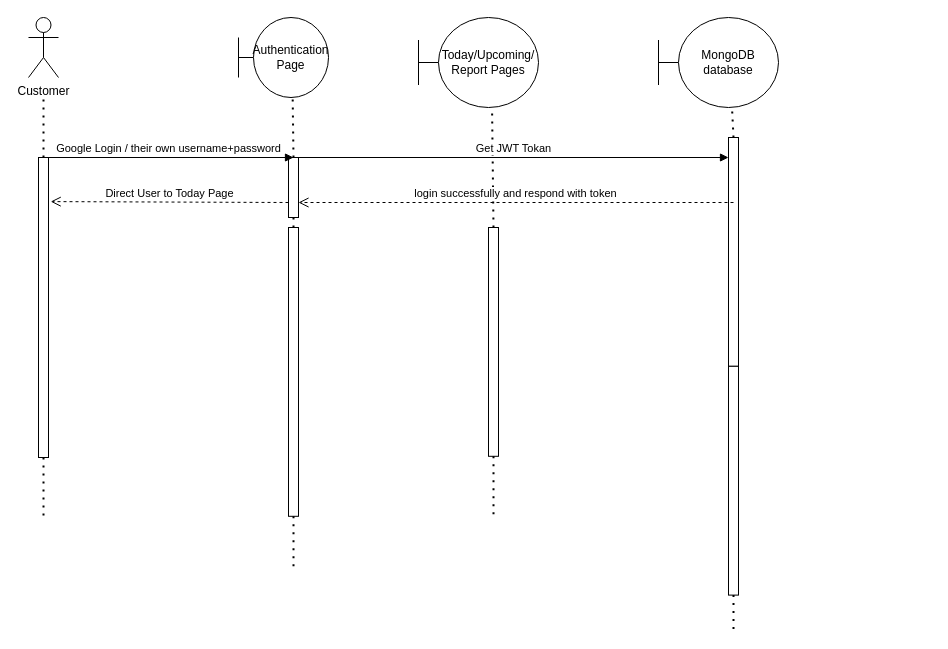
Above: images/Dynamic Model Diagram.drawio in ViNguyen3747/Voice-Powered-Self-Productivity (draw.io), before the change. Source tidied: cells renumbered, new cells numbered last; positions are measured from the earlier drawing's top-left corner, leaving out a move shared by most shapes. Both pictures are drawn from the tidied source at 100%, with x=0, y=0 at pixel (28, 17).
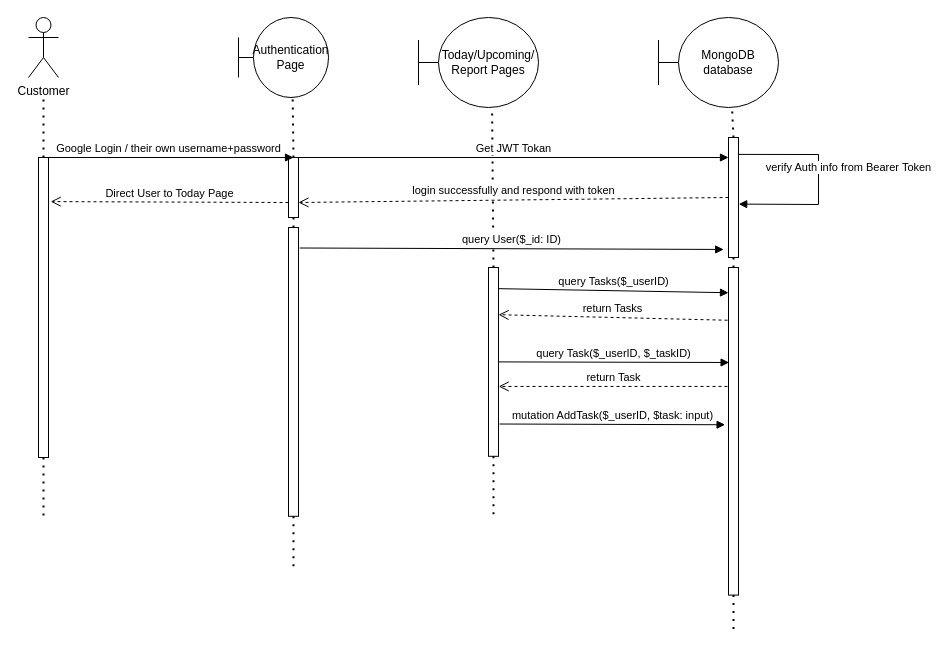
After the change.

Unchanged cells that the change refers to:
```xml
<mxCell id="7" style="rounded=0;whiteSpace=wrap;html=1;" parent="1" vertex="1">
  <mxGeometry x="260" y="140" width="10" height="60" as="geometry" />
</mxCell>
<mxCell id="24" style="rounded=0;whiteSpace=wrap;html=1;" parent="1" vertex="1">
  <mxGeometry x="260" y="210" width="10" height="288.8" as="geometry" />
</mxCell>
```

Change to the diagram source:
```diff
@@
     <mxCell id="12" style="rounded=0;whiteSpace=wrap;html=1;" parent="1" vertex="1">
-      <mxGeometry x="460" y="210" width="10" height="228.8" as="geometry" />
+      <mxGeometry x="460" y="250" width="10" height="188.8" as="geometry" />
     </mxCell>
@@
     <mxCell id="16" style="rounded=0;whiteSpace=wrap;html=1;" parent="1" vertex="1">
-      <mxGeometry x="700" y="120" width="10" height="228.8" as="geometry" />
+      <mxGeometry x="700" y="120" width="10" height="120" as="geometry" />
     </mxCell>
@@
     <mxCell id="19" style="rounded=0;whiteSpace=wrap;html=1;" parent="1" vertex="1">
-      <mxGeometry x="700" y="348.8" width="10" height="228.8" as="geometry" />
+      <mxGeometry x="700" y="250" width="10" height="327.6" as="geometry" />
     </mxCell>
@@
-    <mxCell id="23" value="login successfully and respond with token" style="html=1;verticalAlign=bottom;endArrow=open;dashed=1;endSize=8;rounded=0;entryX=1;entryY=0.75;entryDx=0;entryDy=0;" parent="1" edge="1" target="7">
-      <mxGeometry relative="1" as="geometry">
-        <mxPoint x="705" y="185" as="sourcePoint" />
-      </mxGeometry>
+    <mxCell id="23" value="login successfully and respond with token" style="html=1;verticalAlign=bottom;endArrow=open;dashed=1;endSize=8;rounded=0;entryX=1;entryY=0.75;entryDx=0;entryDy=0;exitX=0;exitY=0.5;exitDx=0;exitDy=0;" parent="1" edge="1" source="16" target="7">
+      <mxGeometry relative="1" as="geometry" />
     </mxCell>
@@
+    <mxCell id="26" value="verify Auth info from Bearer Token" style="html=1;verticalAlign=bottom;endArrow=block;rounded=0;exitX=0.94;exitY=0.074;exitDx=0;exitDy=0;exitPerimeter=0;entryX=1.02;entryY=0.291;entryDx=0;entryDy=0;entryPerimeter=0;" parent="1" edge="1">
+      <mxGeometry x="-0.02" y="30" relative="1" as="geometry">
+        <mxPoint x="709.4" y="136.9" as="sourcePoint" />
+        <mxPoint x="710.2" y="186.6" as="targetPoint" />
+        <Array as="points">
+          <mxPoint x="790" y="137" />
+          <mxPoint x="790" y="187" />
+        </Array>
+      </mxGeometry>
+    </mxCell>
+    <mxCell id="27" value="query User($_id: ID)" style="html=1;verticalAlign=bottom;endArrow=block;rounded=0;exitX=1.12;exitY=0.071;exitDx=0;exitDy=0;exitPerimeter=0;entryX=-0.48;entryY=0.933;entryDx=0;entryDy=0;entryPerimeter=0;" parent="1" edge="1" source="24" target="16">
+      <mxGeometry relative="1" as="geometry" />
+    </mxCell>
+    <mxCell id="28" value="query Tasks($_userID)" style="html=1;verticalAlign=bottom;endArrow=block;rounded=0;exitX=0.96;exitY=0.112;exitDx=0;exitDy=0;exitPerimeter=0;entryX=0;entryY=0.077;entryDx=0;entryDy=0;entryPerimeter=0;" parent="1" edge="1" source="12" target="19">
+      <mxGeometry relative="1" as="geometry" />
+    </mxCell>
+    <mxCell id="29" value="query Task($_userID, $_taskID)" style="html=1;verticalAlign=bottom;endArrow=block;rounded=0;exitX=1;exitY=0.5;exitDx=0;exitDy=0;entryX=0.06;entryY=0.29;entryDx=0;entryDy=0;entryPerimeter=0;" parent="1" edge="1" source="12" target="19">
+      <mxGeometry relative="1" as="geometry" />
+    </mxCell>
+    <mxCell id="30" value="return Tasks" style="html=1;verticalAlign=bottom;endArrow=open;dashed=1;endSize=8;rounded=0;exitX=-0.1;exitY=0.161;exitDx=0;exitDy=0;exitPerimeter=0;entryX=1;entryY=0.25;entryDx=0;entryDy=0;" parent="1" edge="1" source="19" target="12">
+      <mxGeometry relative="1" as="geometry" />
+    </mxCell>
+    <mxCell id="31" value="return Task" style="html=1;verticalAlign=bottom;endArrow=open;dashed=1;endSize=8;rounded=0;exitX=-0.1;exitY=0.363;exitDx=0;exitDy=0;exitPerimeter=0;entryX=1.02;entryY=0.63;entryDx=0;entryDy=0;entryPerimeter=0;" parent="1" edge="1" source="19" target="12">
+      <mxGeometry relative="1" as="geometry" />
+    </mxCell>
+    <mxCell id="32" value="mutation AddTask($_userID, $task: input)" style="html=1;verticalAlign=bottom;endArrow=block;rounded=0;exitX=1.1;exitY=0.829;exitDx=0;exitDy=0;entryX=-0.34;entryY=0.48;entryDx=0;entryDy=0;entryPerimeter=0;exitPerimeter=0;" parent="1" edge="1" source="12" target="19">
+      <mxGeometry relative="1" as="geometry" />
+    </mxCell>
```
